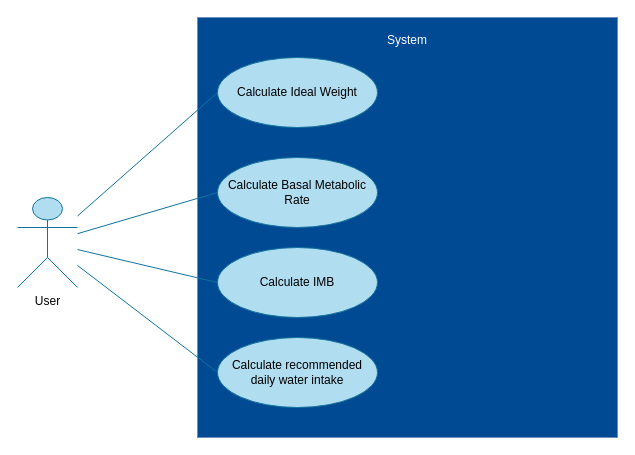
AlexSilvaa9/HealthCalc-SoftwareEngineering keeps this draw.io diagram as doc/casos-de-uso.drawio. Above is the earlier version. Source tidied: cells renumbered, new cells numbered last; positions are measured from the earlier drawing's top-left corner, leaving out a move shared by most shapes. Both pictures are drawn from the tidied source at 100%, with x=0, y=0 at pixel (17, 17).
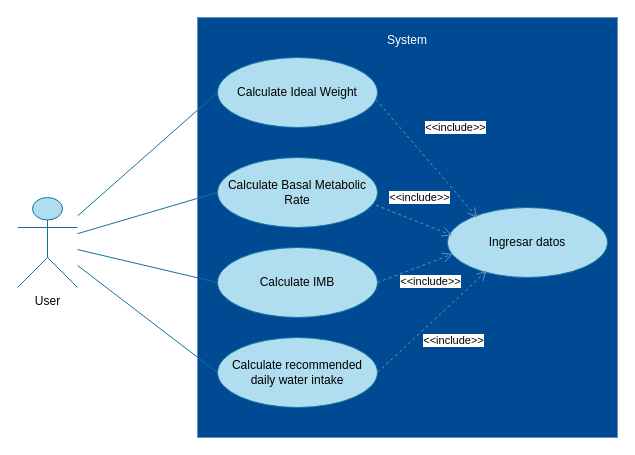
The same page after the edit.

Change to the diagram source:
```diff
@@
 <mxGraphModel>
   <root>
     <mxCell id="0" />
     <mxCell id="1" parent="0" />
     <mxCell id="2" value="User&lt;div&gt;&lt;br&gt;&lt;/div&gt;" style="shape=umlActor;verticalLabelPosition=bottom;verticalAlign=top;html=1;outlineConnect=0;fillColor=#b1ddf0;strokeColor=#10739e;" parent="1" vertex="1">
       <mxGeometry y="180" width="60" height="90" as="geometry" />
     </mxCell>
     <mxCell id="3" value="&lt;div&gt;System&lt;/div&gt;&lt;div&gt;&lt;br&gt;&lt;/div&gt;&lt;div&gt;&lt;br&gt;&lt;/div&gt;&lt;div&gt;&lt;br&gt;&lt;/div&gt;&lt;div&gt;&lt;br&gt;&lt;/div&gt;&lt;div&gt;&lt;br&gt;&lt;/div&gt;&lt;div&gt;&lt;br&gt;&lt;/div&gt;&lt;div&gt;&lt;br&gt;&lt;/div&gt;&lt;div&gt;&lt;br&gt;&lt;/div&gt;&lt;div&gt;&lt;br&gt;&lt;/div&gt;&lt;div&gt;&lt;br&gt;&lt;/div&gt;&lt;div&gt;&lt;br&gt;&lt;/div&gt;&lt;div&gt;&lt;br&gt;&lt;/div&gt;&lt;div&gt;&lt;br&gt;&lt;/div&gt;&lt;div&gt;&lt;br&gt;&lt;/div&gt;&lt;div&gt;&lt;br&gt;&lt;/div&gt;&lt;div&gt;&lt;br&gt;&lt;/div&gt;&lt;div&gt;&lt;br&gt;&lt;/div&gt;&lt;div&gt;&lt;br&gt;&lt;/div&gt;&lt;div&gt;&lt;br&gt;&lt;/div&gt;&lt;div&gt;&lt;br&gt;&lt;/div&gt;&lt;div&gt;&lt;br&gt;&lt;/div&gt;&lt;div&gt;&lt;br&gt;&lt;/div&gt;&lt;div&gt;&lt;br&gt;&lt;/div&gt;&lt;div&gt;&lt;br&gt;&lt;/div&gt;&lt;div&gt;&lt;br&gt;&lt;/div&gt;&lt;div&gt;&lt;br&gt;&lt;/div&gt;" style="whiteSpace=wrap;html=1;labelBackgroundColor=none;fillColor=#004A94;strokeColor=#6c8ebf;fillStyle=auto;fontColor=#FFFFFF;" parent="1" vertex="1">
       <mxGeometry x="180" width="420" height="420" as="geometry" />
     </mxCell>
     <mxCell id="4" value="Calculate Ideal Weight" style="ellipse;whiteSpace=wrap;html=1;fillColor=#b1ddf0;strokeColor=#10739e;" parent="1" vertex="1">
       <mxGeometry x="200" y="40" width="160" height="70" as="geometry" />
     </mxCell>
     <mxCell id="5" value="Calculate Basal Metabolic Rate" style="ellipse;whiteSpace=wrap;html=1;fillColor=#b1ddf0;strokeColor=#10739e;" parent="1" vertex="1">
       <mxGeometry x="200" y="140" width="160" height="70" as="geometry" />
     </mxCell>
     <mxCell id="6" style="endArrow=none;html=1;rounded=0;entryX=0;entryY=0.5;entryDx=0;entryDy=0;fillColor=#b1ddf0;strokeColor=#10739e;" parent="1" edge="1" source="2" target="5">
       <mxGeometry relative="1" as="geometry" />
     </mxCell>
     <mxCell id="7" style="endArrow=none;html=1;rounded=0;entryX=0;entryY=0.5;entryDx=0;entryDy=0;fillColor=#b1ddf0;strokeColor=#10739e;" parent="1" edge="1" source="2" target="4">
       <mxGeometry relative="1" as="geometry" />
     </mxCell>
     <mxCell id="8" value="Calculate IMB" style="ellipse;whiteSpace=wrap;html=1;fillColor=#b1ddf0;strokeColor=#10739e;" parent="1" vertex="1">
       <mxGeometry x="200" y="230" width="160" height="70" as="geometry" />
     </mxCell>
     <mxCell id="9" value="Calculate recommended daily water intake" style="ellipse;whiteSpace=wrap;html=1;fillColor=#b1ddf0;strokeColor=#10739e;" parent="1" vertex="1">
       <mxGeometry x="200" y="320" width="160" height="70" as="geometry" />
     </mxCell>
     <mxCell id="10" style="endArrow=none;html=1;rounded=0;entryX=0;entryY=0.5;entryDx=0;entryDy=0;fillColor=#b1ddf0;strokeColor=#10739e;" parent="1" edge="1" source="2" target="8">
       <mxGeometry relative="1" as="geometry" />
     </mxCell>
     <mxCell id="11" style="endArrow=none;html=1;rounded=0;entryX=0;entryY=0.5;entryDx=0;entryDy=0;fillColor=#b1ddf0;strokeColor=#10739e;" parent="1" edge="1" source="2" target="9">
       <mxGeometry relative="1" as="geometry" />
     </mxCell>
+    <mxCell id="12" value="Ingresar datos" style="ellipse;whiteSpace=wrap;html=1;fillColor=#b1ddf0;strokeColor=#10739e;" parent="1" vertex="1">
+      <mxGeometry x="430" y="190" width="160" height="70" as="geometry" />
+    </mxCell>
+    <mxCell id="13" value="&amp;lt;&amp;lt;include&amp;gt;&amp;gt;" style="html=1;verticalAlign=bottom;endArrow=open;dashed=1;endSize=8;curved=0;rounded=0;entryX=0.188;entryY=0.149;entryDx=0;entryDy=0;entryPerimeter=0;exitX=0.99;exitY=0.6;exitDx=0;exitDy=0;exitPerimeter=0;fillColor=#dae8fc;strokeColor=#6c8ebf;" parent="1" edge="1" source="4" target="12">
+      <mxGeometry x="0.02" y="36" relative="1" as="geometry" />
+    </mxCell>
+    <mxCell id="14" value="&amp;lt;&amp;lt;include&amp;gt;&amp;gt;" style="html=1;verticalAlign=bottom;endArrow=open;dashed=1;endSize=8;curved=0;rounded=0;entryX=0.03;entryY=0.4;entryDx=0;entryDy=0;entryPerimeter=0;fillColor=#dae8fc;strokeColor=#6c8ebf;exitX=0.99;exitY=0.68;exitDx=0;exitDy=0;exitPerimeter=0;" parent="1" edge="1" source="5" target="12">
+      <mxGeometry y="15" relative="1" as="geometry" />
+    </mxCell>
+    <mxCell id="15" value="&amp;lt;&amp;lt;include&amp;gt;&amp;gt;" style="html=1;verticalAlign=bottom;endArrow=open;dashed=1;endSize=8;curved=0;rounded=0;exitX=1;exitY=0.5;exitDx=0;exitDy=0;fillColor=#dae8fc;strokeColor=#6c8ebf;entryX=0.033;entryY=0.663;entryDx=0;entryDy=0;entryPerimeter=0;" parent="1" edge="1" source="8" target="12">
+      <mxGeometry x="0.2" y="-89" relative="1" as="geometry">
+        <mxPoint y="1" as="offset" />
+      </mxGeometry>
+    </mxCell>
+    <mxCell id="16" value="&amp;lt;&amp;lt;include&amp;gt;&amp;gt;" style="html=1;verticalAlign=bottom;endArrow=open;dashed=1;endSize=8;curved=0;rounded=0;entryX=0.247;entryY=0.903;entryDx=0;entryDy=0;entryPerimeter=0;exitX=1;exitY=0.5;exitDx=0;exitDy=0;fillColor=#dae8fc;strokeColor=#6c8ebf;" parent="1" edge="1" source="9" target="12">
+      <mxGeometry x="0.27" y="24" relative="1" as="geometry" />
+    </mxCell>
   </root>
 </mxGraphModel>
```
